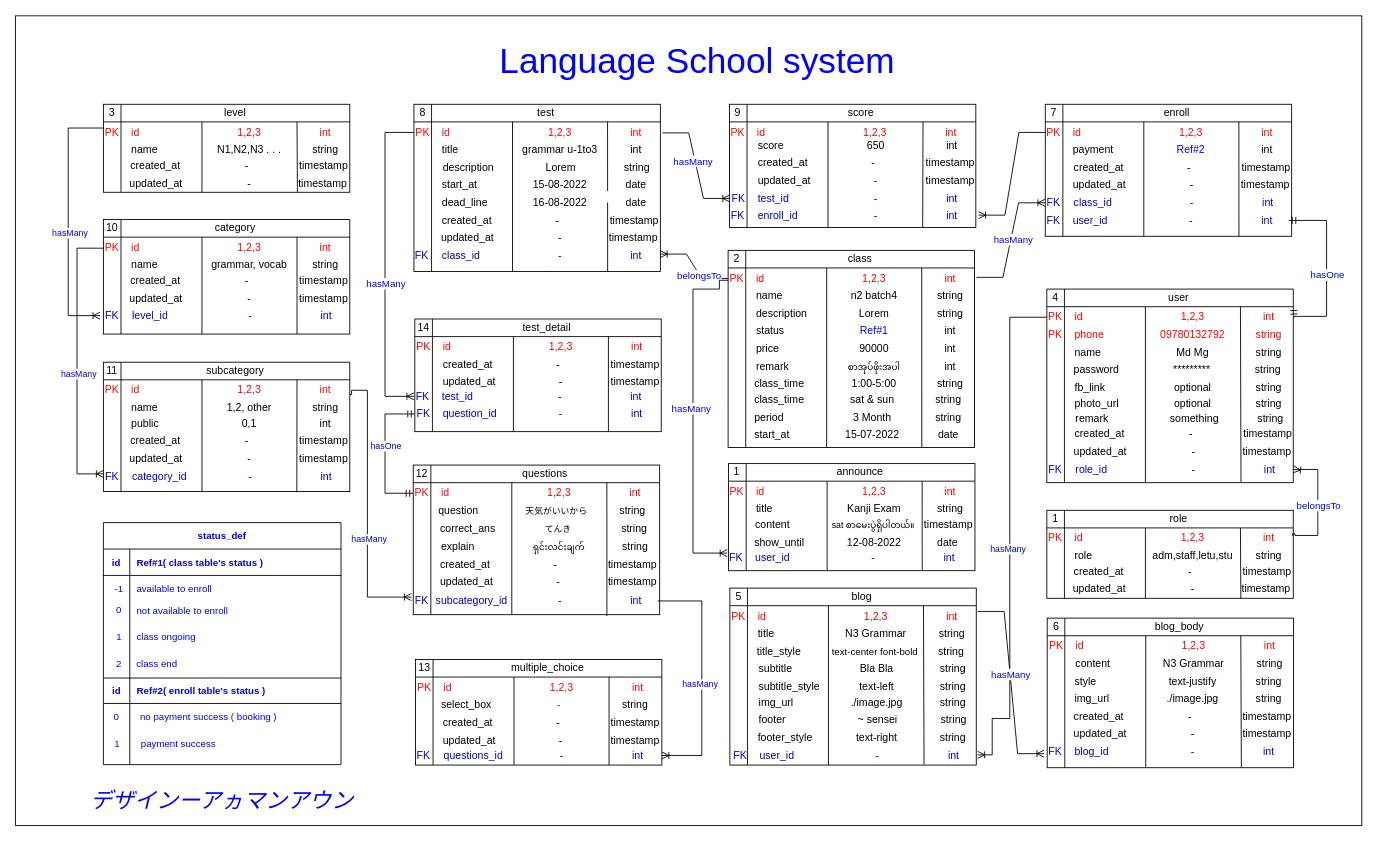
Before: language_center.drawio in arkarMannAung/app.diagrams.net, a draw.io diagram. Source tidied: cells renumbered, new cells numbered last; positions are measured from the earlier drawing's top-left corner, leaving out a move shared by most shapes. Both pictures are drawn from the tidied source at 88%, with x=0, y=0 at pixel (15, 16).
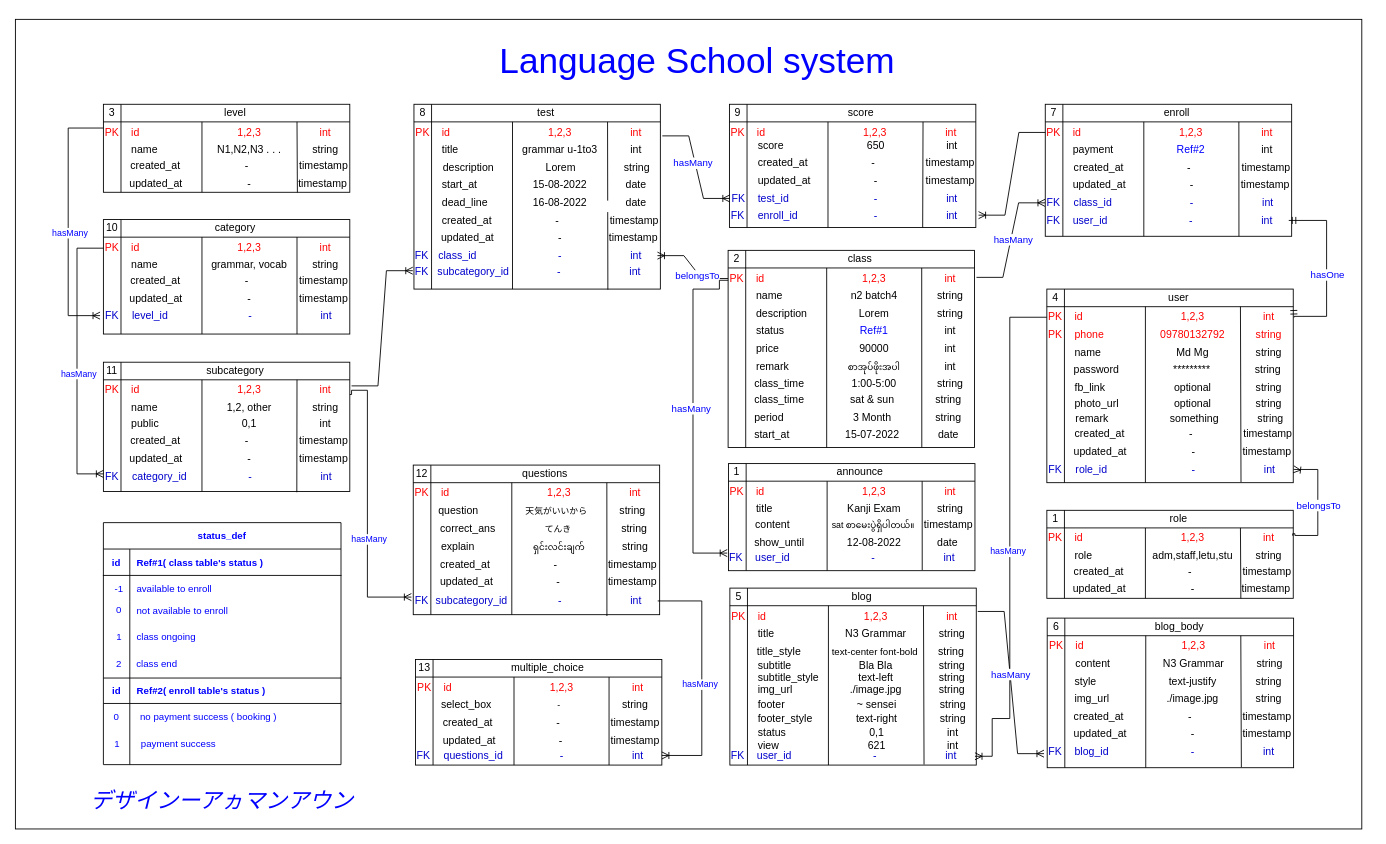
The same page after the edit.

The change refers to these unchanged cells:
```xml
<mxCell id="8" value="PK" style="text;html=1;strokeColor=none;fillColor=none;align=center;verticalAlign=middle;whiteSpace=wrap;rounded=0;fontColor=#FF0000;" parent="1" vertex="1">
  <mxGeometry x="809.9" y="288" width="20" height="20" as="geometry" />
</mxCell>
<mxCell id="124" value="PK" style="text;html=1;strokeColor=none;fillColor=none;align=center;verticalAlign=middle;whiteSpace=wrap;rounded=0;fontColor=#FF0000;" parent="1" vertex="1">
  <mxGeometry x="452.9" y="122" width="20" height="20" as="geometry" />
</mxCell>
<mxCell id="141" value="int" style="text;html=1;strokeColor=none;fillColor=none;align=center;verticalAlign=middle;whiteSpace=wrap;rounded=0;fontColor=#0000CC;" parent="1" vertex="1">
  <mxGeometry x="680.6" y="262" width="49" height="20" as="geometry" />
</mxCell>
<mxCell id="208" value="PK" style="text;html=1;strokeColor=none;fillColor=none;align=center;verticalAlign=middle;whiteSpace=wrap;rounded=0;fontColor=#FF0000;" parent="1" vertex="1">
  <mxGeometry x="452.1" y="532" width="20" height="20" as="geometry" />
</mxCell>
```

What changed in the source:
```diff
@@
     <mxCell id="2" style="rounded=0;whiteSpace=wrap;html=1;fontSize=11;fontColor=#0000FF;" parent="1" vertex="1">
-      <mxGeometry y="-0.5" width="1530" height="920" as="geometry" />
+      <mxGeometry y="3.5" width="1530" height="920" as="geometry" />
     </mxCell>
@@
     <mxCell id="121" style="shape=internalStorage;whiteSpace=wrap;html=1;backgroundOutline=1;" parent="1" vertex="1">
-      <mxGeometry x="452.9" y="100" width="280" height="190" as="geometry" />
+      <mxGeometry x="452.9" y="100" width="280" height="210" as="geometry" />
     </mxCell>
@@
-    <mxCell id="127" value="&amp;nbsp;" style="endArrow=none;html=1;rounded=0;fontColor=#3333FF;" parent="1" edge="1">
+    <mxCell id="127" value="&amp;nbsp;" style="endArrow=none;html=1;rounded=0;fontColor=#3333FF;exitX=0.787;exitY=1.003;exitDx=0;exitDy=0;exitPerimeter=0;" parent="1" edge="1" source="121">
       <mxGeometry relative="1" as="geometry">
-        <mxPoint x="673" y="290" as="sourcePoint" />
         <mxPoint x="672.9" y="120" as="targetPoint" />
       </mxGeometry>
     </mxCell>
@@
     <mxCell id="139" value="class_id" style="text;html=1;strokeColor=none;fillColor=none;align=left;verticalAlign=middle;whiteSpace=wrap;rounded=0;fontColor=#0000CC;" parent="1" vertex="1">
-      <mxGeometry x="482.6" y="262" width="90" height="20" as="geometry" />
+      <mxGeometry x="478.6" y="262" width="90" height="20" as="geometry" />
     </mxCell>
@@
-    <mxCell id="146" style="edgeStyle=entityRelationEdgeStyle;fontSize=12;html=1;endArrow=ERoneToMany;rounded=0;fontColor=#0000FF;exitX=0;exitY=0.5;exitDx=0;exitDy=0;entryX=0.999;entryY=0.896;entryDx=0;entryDy=0;entryPerimeter=0;" parent="1" edge="1" source="8" target="121">
+    <mxCell id="146" style="edgeStyle=entityRelationEdgeStyle;fontSize=12;html=1;endArrow=ERoneToMany;rounded=0;fontColor=#0000FF;exitX=0;exitY=0.5;exitDx=0;exitDy=0;entryX=1;entryY=0.5;entryDx=0;entryDy=0;" parent="1" edge="1" source="8" target="141">
       <mxGeometry relative="1" as="geometry" />
     </mxCell>
@@
-    <mxCell id="180" style="shape=internalStorage;whiteSpace=wrap;html=1;backgroundOutline=1;" parent="1" vertex="1">
-      <mxGeometry x="453.9" y="344" width="280" height="128" as="geometry" />
-    </mxCell>
-    <mxCell id="181" value="14" style="text;html=1;strokeColor=none;fillColor=none;align=center;verticalAlign=middle;whiteSpace=wrap;rounded=0;" parent="1" vertex="1">
-      <mxGeometry x="453.9" y="344" width="20" height="20" as="geometry" />
-    </mxCell>
-    <mxCell id="182" value="test_detail" style="text;html=1;strokeColor=none;fillColor=none;align=center;verticalAlign=middle;whiteSpace=wrap;rounded=0;" parent="1" vertex="1">
-      <mxGeometry x="473.9" y="344" width="260" height="20" as="geometry" />
-    </mxCell>
-    <mxCell id="183" value="PK" style="text;html=1;strokeColor=none;fillColor=none;align=center;verticalAlign=middle;whiteSpace=wrap;rounded=0;fontColor=#FF0000;" parent="1" vertex="1">
-      <mxGeometry x="453.9" y="366" width="20" height="20" as="geometry" />
-    </mxCell>
-    <mxCell id="184" value="id" style="text;html=1;strokeColor=none;fillColor=none;align=left;verticalAlign=middle;whiteSpace=wrap;rounded=0;fontColor=#FF0000;" parent="1" vertex="1">
-      <mxGeometry x="483.9" y="366" width="90" height="20" as="geometry" />
-    </mxCell>
-    <mxCell id="185" value="1,2,3" style="text;html=1;strokeColor=none;fillColor=none;align=center;verticalAlign=middle;whiteSpace=wrap;rounded=0;fontColor=#FF0000;" parent="1" vertex="1">
-      <mxGeometry x="569.9" y="366" width="100" height="20" as="geometry" />
-    </mxCell>
-    <mxCell id="186" style="endArrow=none;html=1;rounded=0;fontColor=#3333FF;" parent="1" edge="1">
-      <mxGeometry relative="1" as="geometry">
-        <mxPoint x="673.9" y="472" as="sourcePoint" />
-        <mxPoint x="673.9" y="364" as="targetPoint" />
-      </mxGeometry>
-    </mxCell>
-    <mxCell id="187" value="int" style="text;html=1;strokeColor=none;fillColor=none;align=center;verticalAlign=middle;whiteSpace=wrap;rounded=0;fontColor=#FF0000;" parent="1" vertex="1">
-      <mxGeometry x="681.9" y="366" width="49" height="20" as="geometry" />
-    </mxCell>
-    <mxCell id="188" style="endArrow=none;html=1;rounded=0;fontColor=#3333FF;exitX=0.4;exitY=1;exitDx=0;exitDy=0;exitPerimeter=0;" parent="1" edge="1" source="180">
-      <mxGeometry relative="1" as="geometry">
-        <mxPoint x="565.9" y="364" as="targetPoint" />
-      </mxGeometry>
-    </mxCell>
-    <mxCell id="189" value="created_at" style="text;html=1;strokeColor=none;fillColor=none;align=left;verticalAlign=middle;whiteSpace=wrap;rounded=0;fontColor=#000000;" parent="1" vertex="1">
-      <mxGeometry x="484.1" y="386" width="90" height="20" as="geometry" />
-    </mxCell>
-    <mxCell id="190" value="-" style="text;html=1;strokeColor=none;fillColor=none;align=center;verticalAlign=middle;whiteSpace=wrap;rounded=0;fontColor=#000000;" parent="1" vertex="1">
-      <mxGeometry x="557.1" y="386" width="120" height="20" as="geometry" />
-    </mxCell>
-    <mxCell id="191" value="timestamp" style="text;html=1;strokeColor=none;fillColor=none;align=center;verticalAlign=middle;whiteSpace=wrap;rounded=0;fontColor=#000000;" parent="1" vertex="1">
-      <mxGeometry x="680.1" y="386" width="49" height="20" as="geometry" />
-    </mxCell>
-    <mxCell id="192" value="updated_at" style="text;html=1;strokeColor=none;fillColor=none;align=left;verticalAlign=middle;whiteSpace=wrap;rounded=0;fontColor=#000000;" parent="1" vertex="1">
-      <mxGeometry x="483.6" y="406" width="90" height="20" as="geometry" />
-    </mxCell>
-    <mxCell id="193" value="-" style="text;html=1;strokeColor=none;fillColor=none;align=center;verticalAlign=middle;whiteSpace=wrap;rounded=0;fontColor=#000000;" parent="1" vertex="1">
-      <mxGeometry x="560.1" y="406" width="120" height="20" as="geometry" />
-    </mxCell>
-    <mxCell id="194" value="timestamp" style="text;html=1;strokeColor=none;fillColor=none;align=center;verticalAlign=middle;whiteSpace=wrap;rounded=0;fontColor=#000000;" parent="1" vertex="1">
-      <mxGeometry x="679.6" y="406" width="49" height="20" as="geometry" />
-    </mxCell>
-    <mxCell id="195" value="test_id" style="text;html=1;strokeColor=none;fillColor=none;align=left;verticalAlign=middle;whiteSpace=wrap;rounded=0;fontColor=#0000CC;" parent="1" vertex="1">
-      <mxGeometry x="483.4" y="421.9" width="90" height="20" as="geometry" />
-    </mxCell>
-    <mxCell id="196" value="-" style="text;html=1;strokeColor=none;fillColor=none;align=center;verticalAlign=middle;whiteSpace=wrap;rounded=0;fontColor=#0000CC;" parent="1" vertex="1">
-      <mxGeometry x="569.4" y="421.9" width="100" height="20" as="geometry" />
-    </mxCell>
-    <mxCell id="197" value="int" style="text;html=1;strokeColor=none;fillColor=none;align=center;verticalAlign=middle;whiteSpace=wrap;rounded=0;fontColor=#0000CC;" parent="1" vertex="1">
-      <mxGeometry x="681.4" y="421.9" width="49" height="20" as="geometry" />
-    </mxCell>
-    <mxCell id="198" value="FK" style="text;html=1;strokeColor=none;fillColor=none;align=center;verticalAlign=middle;whiteSpace=wrap;rounded=0;fontColor=#0000CC;" parent="1" vertex="1">
-      <mxGeometry x="452.9" y="421.9" width="20" height="20" as="geometry" />
-    </mxCell>
-    <mxCell id="199" value="question_id" style="text;html=1;strokeColor=none;fillColor=none;align=left;verticalAlign=middle;whiteSpace=wrap;rounded=0;fontColor=#0000CC;" parent="1" vertex="1">
-      <mxGeometry x="484.4" y="441.9" width="90" height="20" as="geometry" />
-    </mxCell>
-    <mxCell id="200" value="-" style="text;html=1;strokeColor=none;fillColor=none;align=center;verticalAlign=middle;whiteSpace=wrap;rounded=0;fontColor=#0000CC;" parent="1" vertex="1">
-      <mxGeometry x="570.4" y="441.9" width="100" height="20" as="geometry" />
-    </mxCell>
-    <mxCell id="201" value="int" style="text;html=1;strokeColor=none;fillColor=none;align=center;verticalAlign=middle;whiteSpace=wrap;rounded=0;fontColor=#0000CC;" parent="1" vertex="1">
-      <mxGeometry x="682.4" y="441.9" width="49" height="20" as="geometry" />
-    </mxCell>
-    <mxCell id="202" value="FK" style="text;html=1;strokeColor=none;fillColor=none;align=center;verticalAlign=middle;whiteSpace=wrap;rounded=0;fontColor=#0000CC;" parent="1" vertex="1">
-      <mxGeometry x="453.9" y="441.9" width="20" height="20" as="geometry" />
-    </mxCell>
-    <mxCell id="203" style="edgeStyle=orthogonalEdgeStyle;fontSize=12;html=1;endArrow=ERoneToMany;rounded=0;fontColor=#0000FF;exitX=0;exitY=0.5;exitDx=0;exitDy=0;entryX=0;entryY=0.5;entryDx=0;entryDy=0;" parent="1" edge="1" source="124" target="198">
-      <mxGeometry relative="1" as="geometry">
-        <Array as="points">
-          <mxPoint x="420" y="132" />
-          <mxPoint x="420" y="432" />
-        </Array>
-      </mxGeometry>
-    </mxCell>
-    <mxCell id="204" value="hasMany" style="edgeLabel;html=1;align=center;verticalAlign=middle;fontColor=#0000FF;" parent="203" vertex="1">
-      <mxGeometry x="0.06" y="3" relative="1" as="geometry">
-        <mxPoint x="-3" y="10" as="offset" />
-      </mxGeometry>
-    </mxCell>
@@
-    <mxCell id="265" style="edgeStyle=orthogonalEdgeStyle;fontSize=12;html=1;endArrow=ERmandOne;startArrow=ERmandOne;rounded=0;fontColor=#0000FF;exitX=0;exitY=0.5;exitDx=0;exitDy=0;entryX=0;entryY=0.5;entryDx=0;entryDy=0;" parent="1" edge="1" source="208" target="202">
-      <mxGeometry relative="1" as="geometry">
-        <Array as="points">
-          <mxPoint x="420" y="542" />
-          <mxPoint x="420" y="452" />
-        </Array>
-      </mxGeometry>
-    </mxCell>
-    <mxCell id="266" value="hasOne" style="edgeLabel;html=1;align=center;verticalAlign=middle;fontSize=10;fontColor=#0000FF;" parent="265" vertex="1">
-      <mxGeometry x="0.12" relative="1" as="geometry" />
-    </mxCell>
@@
     <mxCell id="340" value="user_id" style="text;html=1;strokeColor=none;fillColor=none;align=left;verticalAlign=middle;whiteSpace=wrap;rounded=0;fontColor=#0000CC;" parent="1" vertex="1">
-      <mxGeometry x="844.4" y="829.8" width="90" height="20" as="geometry" />
+      <mxGeometry x="841.4" y="831.4" width="90" height="20" as="geometry" />
     </mxCell>
     <mxCell id="341" value="-" style="text;html=1;strokeColor=none;fillColor=none;align=center;verticalAlign=middle;whiteSpace=wrap;rounded=0;fontColor=#0000CC;" parent="1" vertex="1">
-      <mxGeometry x="930.4" y="829.8" width="100" height="20" as="geometry" />
+      <mxGeometry x="927.4" y="831.4" width="100" height="20" as="geometry" />
     </mxCell>
     <mxCell id="342" value="int" style="text;html=1;strokeColor=none;fillColor=none;align=center;verticalAlign=middle;whiteSpace=wrap;rounded=0;fontColor=#0000CC;" parent="1" vertex="1">
-      <mxGeometry x="1042.4" y="829.8" width="49" height="20" as="geometry" />
+      <mxGeometry x="1039.4" y="831.4" width="49" height="20" as="geometry" />
     </mxCell>
     <mxCell id="343" value="FK" style="text;html=1;strokeColor=none;fillColor=none;align=center;verticalAlign=middle;whiteSpace=wrap;rounded=0;fontColor=#0000CC;" parent="1" vertex="1">
-      <mxGeometry x="813.9" y="829.8" width="20" height="20" as="geometry" />
+      <mxGeometry x="810.9" y="831.4" width="20" height="20" as="geometry" />
     </mxCell>
     <mxCell id="344" value="footer" style="text;html=1;strokeColor=none;fillColor=none;align=left;verticalAlign=middle;whiteSpace=wrap;rounded=0;fontColor=#000000;" parent="1" vertex="1">
-      <mxGeometry x="843.4" y="789.8" width="90" height="20" as="geometry" />
+      <mxGeometry x="842.4" y="771.8" width="90" height="20" as="geometry" />
     </mxCell>
     <mxCell id="345" value="~ sensei" style="text;html=1;strokeColor=none;fillColor=none;align=center;verticalAlign=middle;whiteSpace=wrap;rounded=0;fontColor=#000000;" parent="1" vertex="1">
-      <mxGeometry x="930.4" y="789.8" width="100" height="20" as="geometry" />
+      <mxGeometry x="929.4" y="771.8" width="100" height="20" as="geometry" />
     </mxCell>
     <mxCell id="346" value="string" style="text;html=1;strokeColor=none;fillColor=none;align=center;verticalAlign=middle;whiteSpace=wrap;rounded=0;fontColor=#000000;" parent="1" vertex="1">
-      <mxGeometry x="1042.4" y="789.8" width="49" height="20" as="geometry" />
+      <mxGeometry x="1041.4" y="771.8" width="49" height="20" as="geometry" />
     </mxCell>
     <mxCell id="347" value="img_url" style="text;html=1;strokeColor=none;fillColor=none;align=left;verticalAlign=middle;whiteSpace=wrap;rounded=0;fontColor=#000000;" parent="1" vertex="1">
-      <mxGeometry x="842.9" y="769.8" width="90" height="20" as="geometry" />
+      <mxGeometry x="841.9" y="754.8" width="90" height="20" as="geometry" />
     </mxCell>
     <mxCell id="348" value="./image.jpg" style="text;html=1;strokeColor=none;fillColor=none;align=center;verticalAlign=middle;whiteSpace=wrap;rounded=0;fontColor=#000000;" parent="1" vertex="1">
-      <mxGeometry x="928.9" y="769.8" width="100" height="20" as="geometry" />
+      <mxGeometry x="927.9" y="754.8" width="100" height="20" as="geometry" />
     </mxCell>
     <mxCell id="349" value="string" style="text;html=1;strokeColor=none;fillColor=none;align=center;verticalAlign=middle;whiteSpace=wrap;rounded=0;fontColor=#000000;" parent="1" vertex="1">
-      <mxGeometry x="1040.9" y="769.8" width="49" height="20" as="geometry" />
+      <mxGeometry x="1039.9" y="754.8" width="49" height="20" as="geometry" />
     </mxCell>
@@
     <mxCell id="380" value="subtitle" style="text;html=1;strokeColor=none;fillColor=none;align=left;verticalAlign=middle;whiteSpace=wrap;rounded=0;fontColor=#000000;" parent="1" vertex="1">
-      <mxGeometry x="843.4" y="731.8" width="90" height="20" as="geometry" />
+      <mxGeometry x="842.4" y="727.8" width="90" height="20" as="geometry" />
     </mxCell>
     <mxCell id="381" value="Bla Bla" style="text;html=1;strokeColor=none;fillColor=none;align=center;verticalAlign=middle;whiteSpace=wrap;rounded=0;fontColor=#000000;" parent="1" vertex="1">
-      <mxGeometry x="929.4" y="731.8" width="100" height="20" as="geometry" />
+      <mxGeometry x="928.4" y="727.8" width="100" height="20" as="geometry" />
     </mxCell>
     <mxCell id="382" value="string" style="text;html=1;strokeColor=none;fillColor=none;align=center;verticalAlign=middle;whiteSpace=wrap;rounded=0;fontColor=#000000;" parent="1" vertex="1">
-      <mxGeometry x="1041.4" y="731.8" width="49" height="20" as="geometry" />
+      <mxGeometry x="1040.4" y="727.8" width="49" height="20" as="geometry" />
     </mxCell>
     <mxCell id="383" value="subtitle_style" style="text;html=1;strokeColor=none;fillColor=none;align=left;verticalAlign=middle;whiteSpace=wrap;rounded=0;fontColor=#000000;" parent="1" vertex="1">
-      <mxGeometry x="842.9" y="751.8" width="90" height="20" as="geometry" />
+      <mxGeometry x="841.9" y="741.8" width="90" height="20" as="geometry" />
     </mxCell>
     <mxCell id="384" value="text-left" style="text;html=1;strokeColor=none;fillColor=none;align=center;verticalAlign=middle;whiteSpace=wrap;rounded=0;fontColor=#000000;" parent="1" vertex="1">
-      <mxGeometry x="928.9" y="751.8" width="100" height="20" as="geometry" />
+      <mxGeometry x="927.9" y="741.8" width="100" height="20" as="geometry" />
     </mxCell>
     <mxCell id="385" value="string" style="text;html=1;strokeColor=none;fillColor=none;align=center;verticalAlign=middle;whiteSpace=wrap;rounded=0;fontColor=#000000;" parent="1" vertex="1">
-      <mxGeometry x="1040.9" y="751.8" width="49" height="20" as="geometry" />
+      <mxGeometry x="1039.9" y="741.8" width="49" height="20" as="geometry" />
     </mxCell>
     <mxCell id="386" value="footer_style" style="text;html=1;strokeColor=none;fillColor=none;align=left;verticalAlign=middle;whiteSpace=wrap;rounded=0;fontColor=#000000;" parent="1" vertex="1">
-      <mxGeometry x="841.9" y="809.8" width="90" height="20" as="geometry" />
+      <mxGeometry x="841.9" y="787.8" width="90" height="20" as="geometry" />
     </mxCell>
     <mxCell id="387" value="text-right" style="text;html=1;strokeColor=none;fillColor=none;align=center;verticalAlign=middle;whiteSpace=wrap;rounded=0;fontColor=#000000;" parent="1" vertex="1">
-      <mxGeometry x="928.9" y="809.8" width="100" height="20" as="geometry" />
+      <mxGeometry x="928.9" y="787.8" width="100" height="20" as="geometry" />
     </mxCell>
     <mxCell id="388" value="string" style="text;html=1;strokeColor=none;fillColor=none;align=center;verticalAlign=middle;whiteSpace=wrap;rounded=0;fontColor=#000000;" parent="1" vertex="1">
-      <mxGeometry x="1040.9" y="809.8" width="49" height="20" as="geometry" />
+      <mxGeometry x="1040.9" y="787.8" width="49" height="20" as="geometry" />
     </mxCell>
@@
+    <mxCell id="461" value="status" style="text;html=1;strokeColor=none;fillColor=none;align=left;verticalAlign=middle;whiteSpace=wrap;rounded=0;fontColor=#000000;" parent="1" vertex="1">
+      <mxGeometry x="842.4" y="803.8" width="90" height="20" as="geometry" />
+    </mxCell>
+    <mxCell id="462" value="0,1" style="text;html=1;strokeColor=none;fillColor=none;align=center;verticalAlign=middle;whiteSpace=wrap;rounded=0;fontColor=#000000;" parent="1" vertex="1">
+      <mxGeometry x="929.4" y="803.8" width="100" height="20" as="geometry" />
+    </mxCell>
+    <mxCell id="463" value="int" style="text;html=1;strokeColor=none;fillColor=none;align=center;verticalAlign=middle;whiteSpace=wrap;rounded=0;fontColor=#000000;" parent="1" vertex="1">
+      <mxGeometry x="1041.4" y="803.8" width="49" height="20" as="geometry" />
+    </mxCell>
+    <mxCell id="464" value="view" style="text;html=1;strokeColor=none;fillColor=none;align=left;verticalAlign=middle;whiteSpace=wrap;rounded=0;fontColor=#000000;" parent="1" vertex="1">
+      <mxGeometry x="842.4" y="819" width="90" height="20" as="geometry" />
+    </mxCell>
+    <mxCell id="465" value="621" style="text;html=1;strokeColor=none;fillColor=none;align=center;verticalAlign=middle;whiteSpace=wrap;rounded=0;fontColor=#000000;" parent="1" vertex="1">
+      <mxGeometry x="929.4" y="819" width="100" height="20" as="geometry" />
+    </mxCell>
+    <mxCell id="466" value="int" style="text;html=1;strokeColor=none;fillColor=none;align=center;verticalAlign=middle;whiteSpace=wrap;rounded=0;fontColor=#000000;" parent="1" vertex="1">
+      <mxGeometry x="1041.4" y="819" width="49" height="20" as="geometry" />
+    </mxCell>
+    <mxCell id="467" value="subcategory_id" style="text;html=1;strokeColor=none;fillColor=none;align=left;verticalAlign=middle;whiteSpace=wrap;rounded=0;fontColor=#0000CC;" parent="1" vertex="1">
+      <mxGeometry x="478.1" y="280" width="90" height="20" as="geometry" />
+    </mxCell>
+    <mxCell id="468" value="-" style="text;html=1;strokeColor=none;fillColor=none;align=center;verticalAlign=middle;whiteSpace=wrap;rounded=0;fontColor=#0000CC;" parent="1" vertex="1">
+      <mxGeometry x="568.1" y="280" width="100" height="20" as="geometry" />
+    </mxCell>
+    <mxCell id="469" value="int" style="text;html=1;strokeColor=none;fillColor=none;align=center;verticalAlign=middle;whiteSpace=wrap;rounded=0;fontColor=#0000CC;" parent="1" vertex="1">
+      <mxGeometry x="680.1" y="280" width="49" height="20" as="geometry" />
+    </mxCell>
+    <mxCell id="470" value="FK" style="text;html=1;strokeColor=none;fillColor=none;align=center;verticalAlign=middle;whiteSpace=wrap;rounded=0;fontColor=#0000CC;" parent="1" vertex="1">
+      <mxGeometry x="451.6" y="280" width="20" height="20" as="geometry" />
+    </mxCell>
+    <mxCell id="471" style="edgeStyle=entityRelationEdgeStyle;fontSize=12;html=1;endArrow=ERoneToMany;rounded=0;" parent="1" edge="1">
+      <mxGeometry relative="1" as="geometry">
+        <mxPoint x="382" y="420" as="sourcePoint" />
+        <mxPoint x="451.6" y="289.1" as="targetPoint" />
+      </mxGeometry>
+    </mxCell>
```
